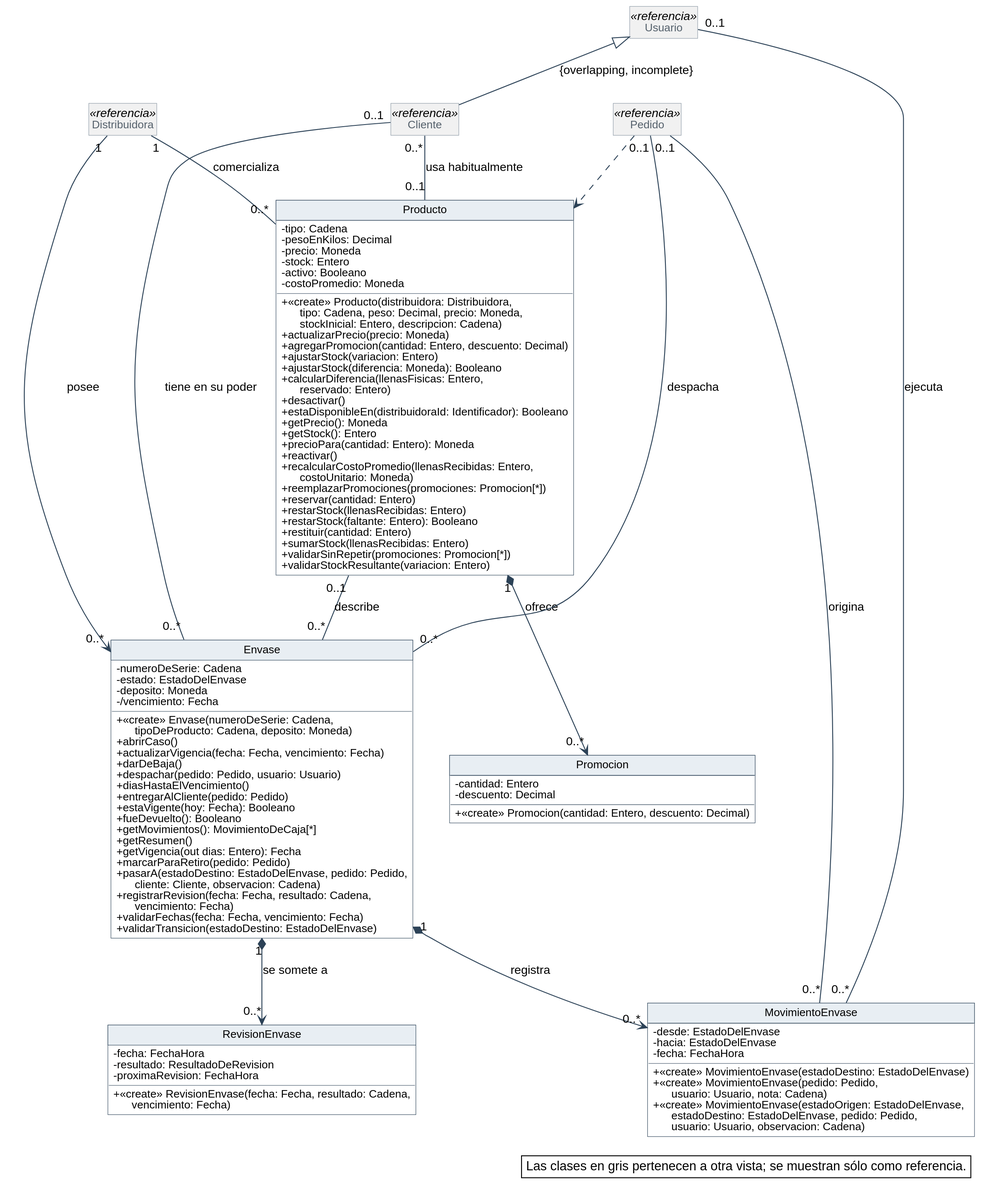
The PlantUML diagram diagramas/clases-diseno/DC_Productos-y-envases.svg in Nahuelito-Dev/splg-docs, before a commit.
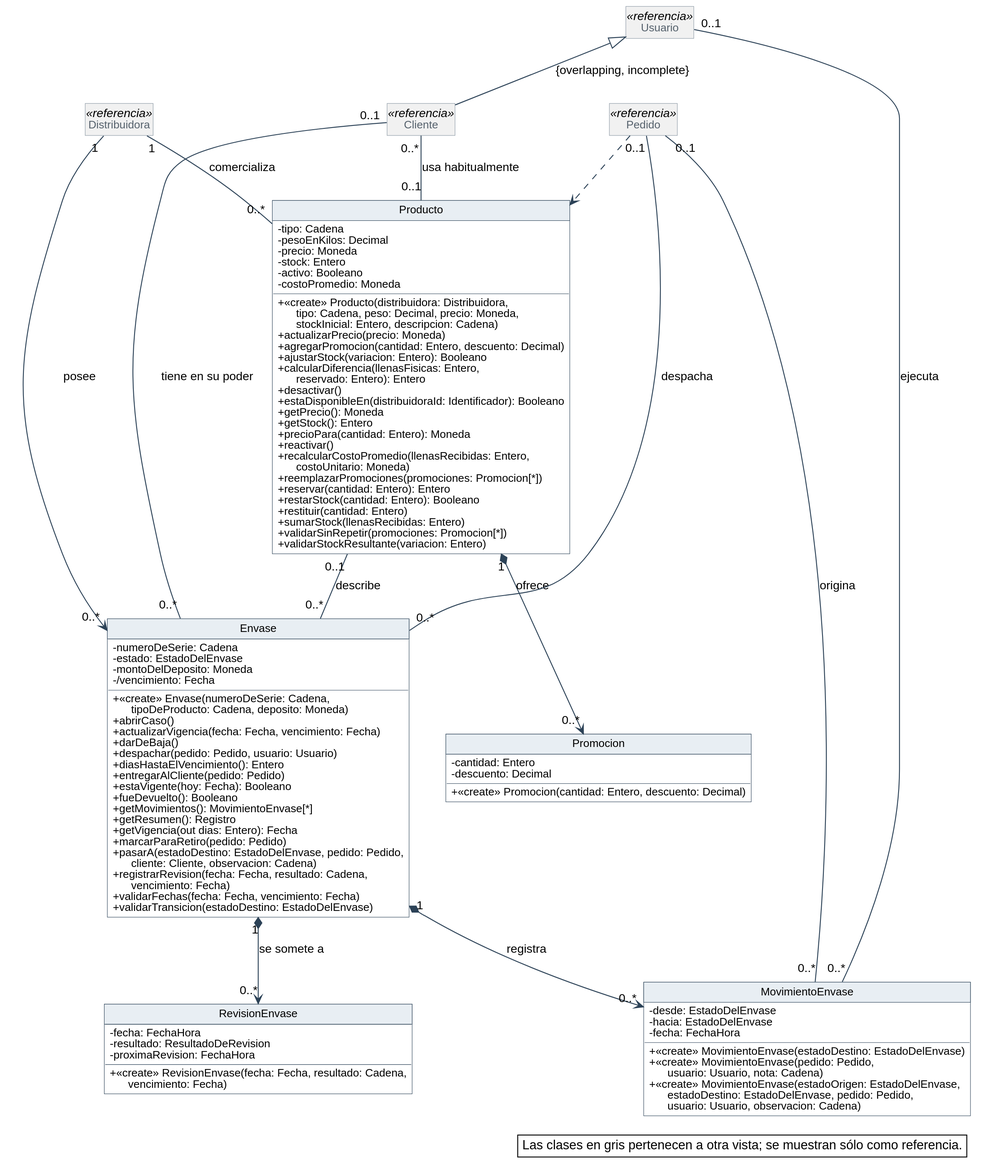
The same file after the commit.

Diff of the diagram source:
```diff
@@ -67,9 +67,8 @@
   + «create» Producto(distribuidora: Distribuidora,\n      tipo: Cadena, peso: Decimal, precio: Moneda,\n      stockInicial: Entero, descripcion: Cadena)
   + actualizarPrecio(precio: Moneda)
   + agregarPromocion(cantidad: Entero, descuento: Decimal)
-  + ajustarStock(variacion: Entero)
-  + ajustarStock(diferencia: Moneda): Booleano
-  + calcularDiferencia(llenasFisicas: Entero,\n      reservado: Entero)
+  + ajustarStock(variacion: Entero): Booleano
+  + calcularDiferencia(llenasFisicas: Entero,\n      reservado: Entero): Entero
   + desactivar()
   + estaDisponibleEn(distribuidoraId: Identificador): Booleano
   + getPrecio(): Moneda
@@ -78,9 +77,8 @@
   + reactivar()
   + recalcularCostoPromedio(llenasRecibidas: Entero,\n      costoUnitario: Moneda)
   + reemplazarPromociones(promociones: Promocion[*])
-  + reservar(cantidad: Entero)
-  + restarStock(llenasRecibidas: Entero)
-  + restarStock(faltante: Entero): Booleano
+  + reservar(cantidad: Entero): Entero
+  + restarStock(cantidad: Entero): Booleano
   + restituir(cantidad: Entero)
   + sumarStock(llenasRecibidas: Entero)
   + validarSinRepetir(promociones: Promocion[*])
@@ -94,19 +92,19 @@
 class Envase {
   - numeroDeSerie: Cadena
   - estado: EstadoDelEnvase
-  - deposito: Moneda
+  - montoDelDeposito: Moneda
   - /vencimiento: Fecha
   + «create» Envase(numeroDeSerie: Cadena,\n      tipoDeProducto: Cadena, deposito: Moneda)
   + abrirCaso()
   + actualizarVigencia(fecha: Fecha, vencimiento: Fecha)
   + darDeBaja()
   + despachar(pedido: Pedido, usuario: Usuario)
-  + diasHastaElVencimiento()
+  + diasHastaElVencimiento(): Entero
   + entregarAlCliente(pedido: Pedido)
   + estaVigente(hoy: Fecha): Booleano
   + fueDevuelto(): Booleano
-  + getMovimientos(): MovimientoDeCaja[*]
-  + getResumen()
+  + getMovimientos(): MovimientoEnvase[*]
+  + getResumen(): Registro
   + getVigencia(out dias: Entero): Fecha
   + marcarParaRetiro(pedido: Pedido)
   + pasarA(estadoDestino: EstadoDelEnvase, pedido: Pedido,\n      cliente: Cliente, observacion: Cadena)
```
